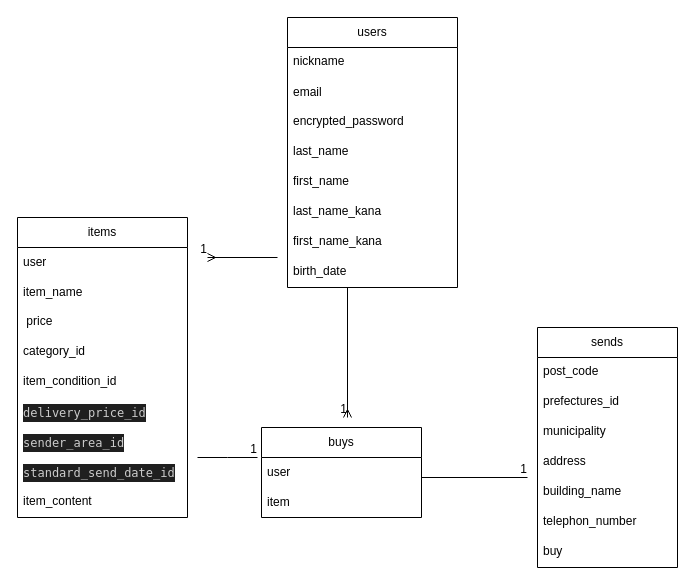
This is .dio from oberiberi/furima-39317, a draw.io file, before an edit. Source tidied: cells renumbered, new cells numbered last; positions are measured from the earlier drawing's top-left corner, leaving out a move shared by most shapes. Both pictures are drawn from the tidied source at 100%, with x=0, y=0 at pixel (17, 17).
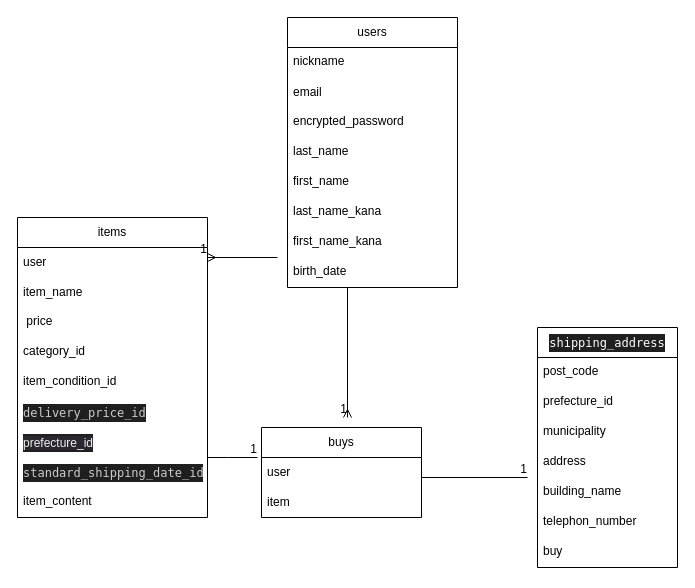
The same diagram, later.

Commit message (it also covers changes not shown here):
データベース設計　修正５

Diff of the diagram source:
```diff
@@
-    <mxCell id="2" value="sends" style="swimlane;fontStyle=0;horizontal=1;startSize=30;whiteSpace=wrap;html=1;" parent="1" vertex="1">
+    <mxCell id="2" value="&lt;div style=&quot;background-color: rgb(31, 31, 31); font-family: Menlo, Monaco, &amp;quot;Courier New&amp;quot;, monospace; line-height: 18px;&quot;&gt;&lt;font color=&quot;#ffffff&quot;&gt;shipping_address&lt;/font&gt;&lt;/div&gt;" style="swimlane;fontStyle=0;horizontal=1;startSize=30;whiteSpace=wrap;html=1;" parent="1" vertex="1">
       <mxGeometry x="520" y="310" width="140" height="240" as="geometry" />
     </mxCell>
@@
-    <mxCell id="4" value="prefectures_id" style="text;strokeColor=none;fillColor=none;spacingLeft=4;spacingRight=4;overflow=hidden;fontSize=12;" parent="2" vertex="1">
+    <mxCell id="4" value="prefecture_id" style="text;strokeColor=none;fillColor=none;spacingLeft=4;spacingRight=4;overflow=hidden;fontSize=12;" parent="2" vertex="1">
       <mxGeometry y="60" width="140" height="30" as="geometry" />
     </mxCell>
@@
     <mxCell id="11" value="items" style="swimlane;fontStyle=0;horizontal=1;startSize=30;whiteSpace=wrap;html=1;" parent="1" vertex="1">
-      <mxGeometry y="200" width="170" height="300" as="geometry" />
+      <mxGeometry y="200" width="190" height="300" as="geometry" />
     </mxCell>
     <mxCell id="12" value="user" style="text;strokeColor=none;fillColor=none;align=left;verticalAlign=middle;spacingLeft=4;spacingRight=4;overflow=hidden;whiteSpace=wrap;html=1;" parent="11" vertex="1">
-      <mxGeometry y="30" width="170" height="30" as="geometry" />
+      <mxGeometry y="30" width="190" height="30" as="geometry" />
     </mxCell>
     <mxCell id="13" value="item_name" style="text;strokeColor=none;fillColor=none;align=left;verticalAlign=middle;spacingLeft=4;spacingRight=4;overflow=hidden;whiteSpace=wrap;html=1;" parent="11" vertex="1">
-      <mxGeometry y="60" width="170" height="30" as="geometry" />
+      <mxGeometry y="60" width="190" height="30" as="geometry" />
     </mxCell>
     <mxCell id="14" value=" price" style="text;strokeColor=none;fillColor=none;spacingLeft=4;spacingRight=4;overflow=hidden;fontSize=12;" parent="11" vertex="1">
-      <mxGeometry y="90" width="170" height="30" as="geometry" />
+      <mxGeometry y="90" width="190" height="30" as="geometry" />
     </mxCell>
     <mxCell id="15" value="category_id" style="text;strokeColor=none;fillColor=none;spacingLeft=4;spacingRight=4;overflow=hidden;fontSize=12;" parent="11" vertex="1">
-      <mxGeometry y="120" width="170" height="30" as="geometry" />
+      <mxGeometry y="120" width="190" height="30" as="geometry" />
     </mxCell>
     <mxCell id="16" value="item_condition_id" style="text;strokeColor=none;fillColor=none;spacingLeft=4;spacingRight=4;overflow=hidden;fontSize=12;" parent="11" vertex="1">
-      <mxGeometry y="150" width="170" height="30" as="geometry" />
+      <mxGeometry y="150" width="190" height="30" as="geometry" />
     </mxCell>
     <mxCell id="17" value="&lt;div style=&quot;color: rgb(204, 204, 204); background-color: rgb(31, 31, 31); font-family: Menlo, Monaco, &amp;quot;Courier New&amp;quot;, monospace; line-height: 18px;&quot;&gt;delivery_price_id&lt;/div&gt;" style="text;strokeColor=none;fillColor=none;align=left;verticalAlign=middle;spacingLeft=4;spacingRight=4;overflow=hidden;whiteSpace=wrap;html=1;" parent="11" vertex="1">
-      <mxGeometry y="180" width="170" height="30" as="geometry" />
+      <mxGeometry y="180" width="190" height="30" as="geometry" />
     </mxCell>
-    <mxCell id="18" value="&lt;div style=&quot;color: rgb(204, 204, 204); background-color: rgb(31, 31, 31); font-family: Menlo, Monaco, &amp;quot;Courier New&amp;quot;, monospace; line-height: 18px;&quot;&gt;sender_area_id&lt;/div&gt;" style="text;strokeColor=none;fillColor=none;align=left;verticalAlign=middle;spacingLeft=4;spacingRight=4;overflow=hidden;whiteSpace=wrap;html=1;" parent="11" vertex="1">
-      <mxGeometry y="210" width="170" height="30" as="geometry" />
+    <mxCell id="18" value="&lt;div style=&quot;color: rgb(204, 204, 204); background-color: rgb(31, 31, 31); font-family: Menlo, Monaco, &amp;quot;Courier New&amp;quot;, monospace; line-height: 18px;&quot;&gt;&lt;span style=&quot;color: rgb(240, 240, 240); font-family: Helvetica; background-color: rgb(42, 37, 47);&quot;&gt;prefecture_id&lt;/span&gt;&lt;br&gt;&lt;/div&gt;" style="text;strokeColor=none;fillColor=none;align=left;verticalAlign=middle;spacingLeft=4;spacingRight=4;overflow=hidden;whiteSpace=wrap;html=1;" parent="11" vertex="1">
+      <mxGeometry y="210" width="190" height="30" as="geometry" />
     </mxCell>
-    <mxCell id="19" value="&lt;div style=&quot;color: rgb(204, 204, 204); background-color: rgb(31, 31, 31); font-family: Menlo, Monaco, &amp;quot;Courier New&amp;quot;, monospace; line-height: 18px;&quot;&gt;standard_send_date_id&lt;/div&gt;" style="text;strokeColor=none;fillColor=none;align=left;verticalAlign=middle;spacingLeft=4;spacingRight=4;overflow=hidden;whiteSpace=wrap;html=1;" parent="11" vertex="1">
-      <mxGeometry y="240" width="170" height="30" as="geometry" />
+    <mxCell id="19" value="&lt;div style=&quot;color: rgb(204, 204, 204); background-color: rgb(31, 31, 31); font-family: Menlo, Monaco, &amp;quot;Courier New&amp;quot;, monospace; line-height: 18px;&quot;&gt;standard_shipping_date_id&lt;/div&gt;" style="text;strokeColor=none;fillColor=none;align=left;verticalAlign=middle;spacingLeft=4;spacingRight=4;overflow=hidden;whiteSpace=wrap;html=1;" parent="11" vertex="1">
+      <mxGeometry y="240" width="190" height="30" as="geometry" />
     </mxCell>
     <mxCell id="20" value="item_content" style="text;strokeColor=none;fillColor=none;spacingLeft=4;spacingRight=4;overflow=hidden;fontSize=12;" parent="11" vertex="1">
-      <mxGeometry y="270" width="170" height="30" as="geometry" />
+      <mxGeometry y="270" width="190" height="30" as="geometry" />
     </mxCell>
@@
     <mxCell id="39" style="endArrow=none;html=1;rounded=0;" parent="1" edge="1">
       <mxGeometry relative="1" as="geometry">
-        <mxPoint x="180" y="440" as="sourcePoint" />
+        <mxPoint x="190" y="440" as="sourcePoint" />
         <mxPoint x="240" y="440" as="targetPoint" />
         <Array as="points">
           <mxPoint x="210" y="440" />
         </Array>
       </mxGeometry>
     </mxCell>
```
